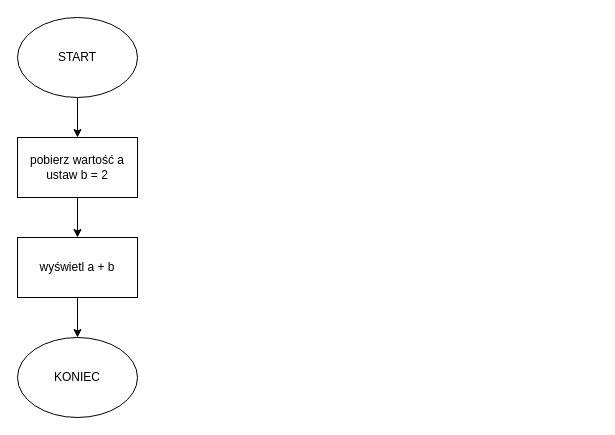
Earlier version of the draw.io diagram dodawanie.drawio (Krzychurz/algorytmy). Source tidied: cells renumbered, new cells numbered last; positions are measured from the earlier drawing's top-left corner, leaving out a move shared by most shapes. Both pictures are drawn from the tidied source at 100%, with x=0, y=0 at pixel (17, 17).
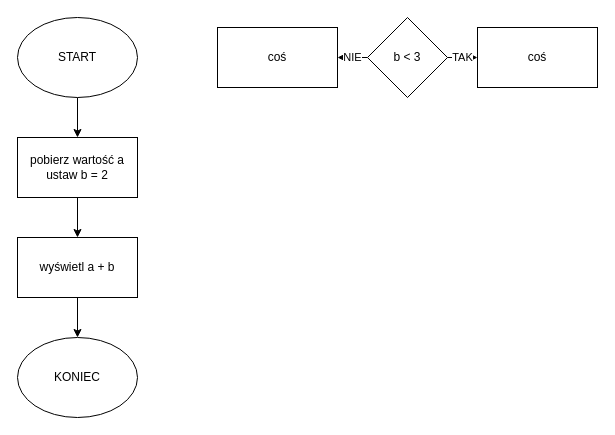
After the change.

The edit, as a diff of the source:
```diff
@@
 <mxGraphModel>
   <root>
     <mxCell id="0" />
     <mxCell id="1" parent="0" />
     <mxCell id="2" style="edgeStyle=orthogonalEdgeStyle;rounded=0;jettySize=auto;html=1;" parent="1" edge="1" source="3" target="5">
       <mxGeometry relative="1" as="geometry" />
     </mxCell>
     <mxCell id="3" value="START" style="ellipse;whiteSpace=wrap;html=1;" parent="1" vertex="1">
       <mxGeometry width="120" height="80" as="geometry" />
     </mxCell>
     <mxCell id="4" style="edgeStyle=orthogonalEdgeStyle;rounded=0;jettySize=auto;html=1;" parent="1" edge="1" source="5" target="7">
       <mxGeometry relative="1" as="geometry" />
     </mxCell>
     <mxCell id="5" value="pobierz wartość a&lt;br&gt;ustaw b = 2" style="rounded=0;whiteSpace=wrap;html=1;" parent="1" vertex="1">
       <mxGeometry y="120" width="120" height="60" as="geometry" />
     </mxCell>
     <mxCell id="6" style="edgeStyle=orthogonalEdgeStyle;rounded=0;jettySize=auto;html=1;" parent="1" edge="1" source="7" target="8">
       <mxGeometry relative="1" as="geometry" />
     </mxCell>
     <mxCell id="7" value="wyświetl a + b" style="rounded=0;whiteSpace=wrap;html=1;" parent="1" vertex="1">
       <mxGeometry y="220" width="120" height="60" as="geometry" />
     </mxCell>
     <mxCell id="8" value="KONIEC" style="ellipse;whiteSpace=wrap;html=1;" parent="1" vertex="1">
       <mxGeometry y="320" width="120" height="80" as="geometry" />
     </mxCell>
+    <mxCell id="9" value="TAK" style="edgeStyle=orthogonalEdgeStyle;rounded=0;jettySize=auto;html=1;" parent="1" edge="1" source="11" target="13">
+      <mxGeometry relative="1" as="geometry" />
+    </mxCell>
+    <mxCell id="10" value="NIE" style="edgeStyle=orthogonalEdgeStyle;rounded=0;jettySize=auto;html=1;" parent="1" edge="1" source="11" target="12">
+      <mxGeometry relative="1" as="geometry" />
+    </mxCell>
+    <mxCell id="11" value="b &amp;lt; 3" style="rhombus;whiteSpace=wrap;html=1;" parent="1" vertex="1">
+      <mxGeometry x="350" width="80" height="80" as="geometry" />
+    </mxCell>
+    <mxCell id="12" value="coś" style="rounded=0;whiteSpace=wrap;html=1;" parent="1" vertex="1">
+      <mxGeometry x="200" y="10" width="120" height="60" as="geometry" />
+    </mxCell>
+    <mxCell id="13" value="coś" style="rounded=0;whiteSpace=wrap;html=1;" parent="1" vertex="1">
+      <mxGeometry x="460" y="10" width="120" height="60" as="geometry" />
+    </mxCell>
   </root>
 </mxGraphModel>
```
